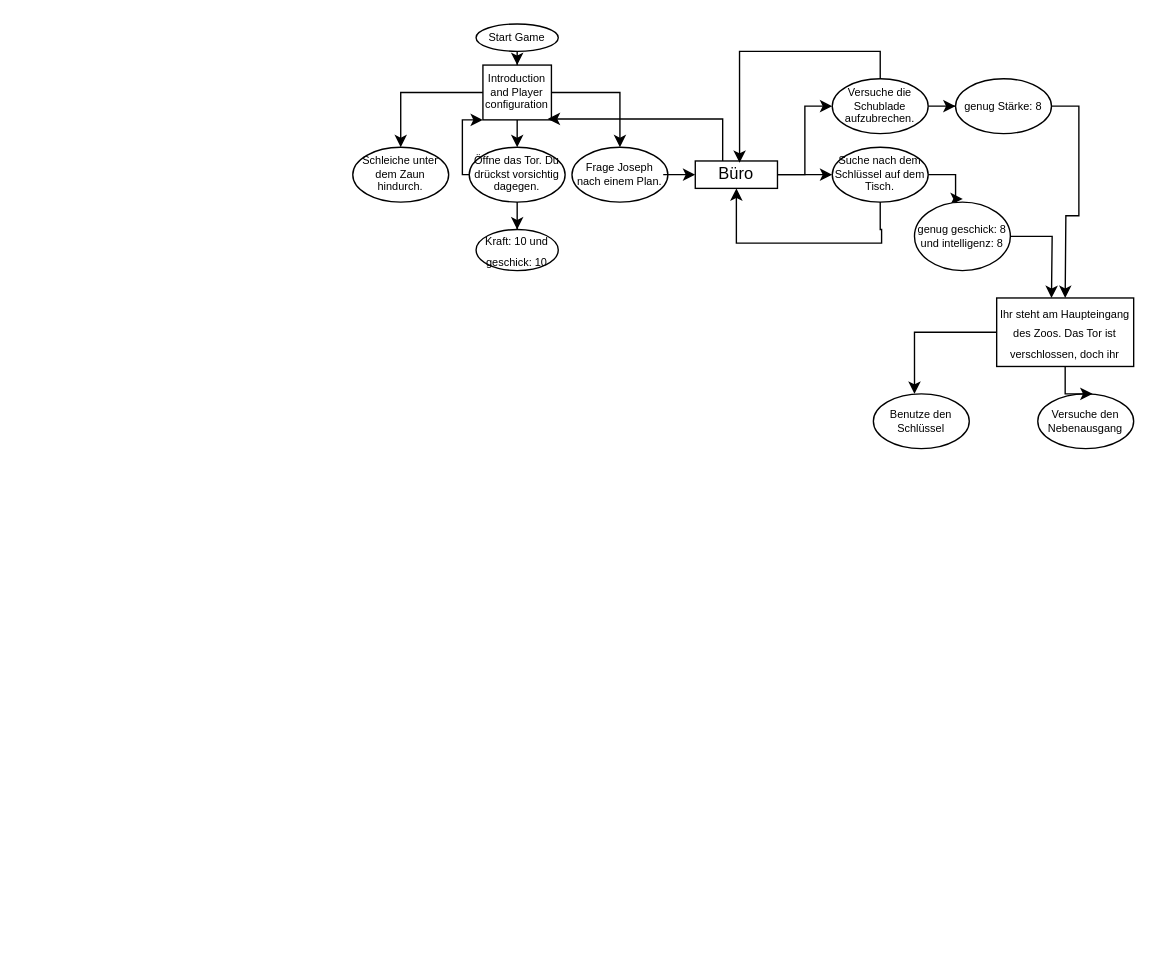
This is Decision diagram.drawio from JonasLindinger/Duckscape, a draw.io file, before an edit. Source tidied: cells renumbered, new cells numbered last; positions are measured from the earlier drawing's top-left corner, leaving out a move shared by most shapes. Both pictures are drawn from the tidied source at 137%, with x=0, y=0 at pixel (352, 23).
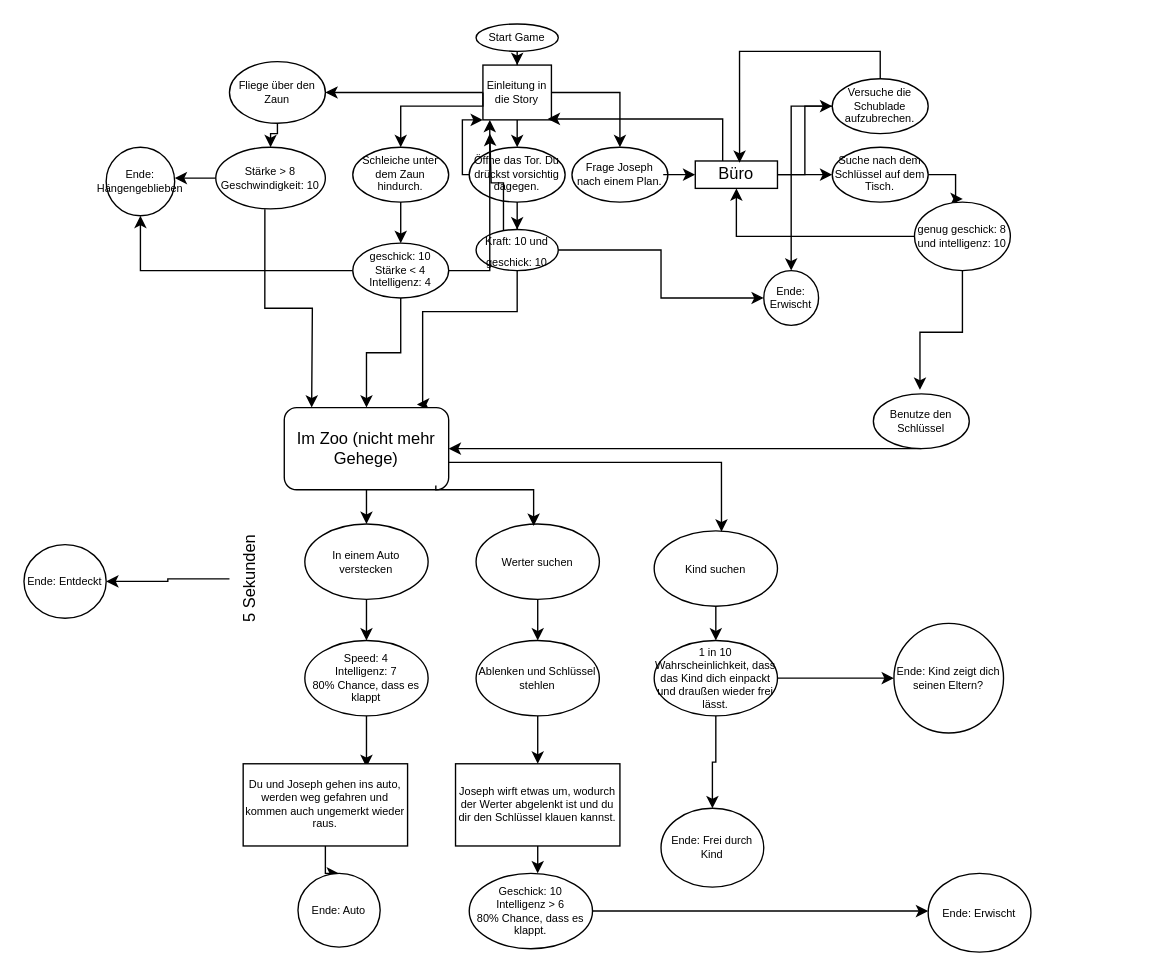
After the change.

Commit message:
Finished story i guess

The change refers to these unchanged cells:
```xml
<mxCell id="11" value="Schleiche unter dem Zaun hindurch." style="ellipse;whiteSpace=wrap;html=1;fontSize=8;" parent="1" vertex="1">
  <mxGeometry y="90" width="70" height="40" as="geometry" />
</mxCell>
<mxCell id="13" value="&lt;font style=&quot;font-size: 8px;&quot;&gt;Kraft: 10 und geschick: 10&lt;/font&gt;" style="ellipse;whiteSpace=wrap;html=1;" parent="1" vertex="1">
  <mxGeometry x="90" y="150" width="60" height="30" as="geometry" />
</mxCell>
<mxCell id="17" value="Büro" style="rounded=0;whiteSpace=wrap;html=1;" parent="1" vertex="1">
  <mxGeometry x="250" y="100" width="60" height="20" as="geometry" />
</mxCell>
<mxCell id="21" value="Versuche die Schublade aufzubrechen." style="ellipse;whiteSpace=wrap;html=1;fontSize=8;" parent="1" vertex="1">
  <mxGeometry x="350" y="40" width="70" height="40" as="geometry" />
</mxCell>
<mxCell id="24" value="&lt;p&gt;Suche nach dem Schlüssel auf dem Tisch.&lt;/p&gt;" style="ellipse;whiteSpace=wrap;html=1;fontSize=8;" parent="1" vertex="1">
  <mxGeometry x="350" y="90" width="70" height="40" as="geometry" />
</mxCell>
<mxCell id="30" value="Benutze den Schlüssel" style="ellipse;whiteSpace=wrap;html=1;fontSize=8;" parent="1" vertex="1">
  <mxGeometry x="380" y="270" width="70" height="40" as="geometry" />
</mxCell>
```

Diff of the diagram source:
```diff
@@
+    <mxCell id="34" style="edgeStyle=orthogonalEdgeStyle;rounded=0;jettySize=auto;html=1;entryX=1;entryY=0.5;entryDx=0;entryDy=0;" parent="1" edge="1" source="6" target="46">
+      <mxGeometry relative="1" as="geometry" />
+    </mxCell>
-    <mxCell id="6" value="Introduction and Player configuration" style="rounded=0;whiteSpace=wrap;html=1;fontSize=8;" parent="1" vertex="1">
+    <mxCell id="6" value="Einleitung in die Story" style="rounded=0;whiteSpace=wrap;html=1;fontSize=8;" parent="1" vertex="1">
       <mxGeometry x="95" y="30" width="50" height="40" as="geometry" />
     </mxCell>
@@
+    <mxCell id="35" style="edgeStyle=orthogonalEdgeStyle;rounded=0;jettySize=auto;html=1;" parent="1" edge="1" source="11" target="44">
+      <mxGeometry relative="1" as="geometry" />
+    </mxCell>
@@
     <mxCell id="12" style="edgeStyle=orthogonalEdgeStyle;rounded=0;jettySize=auto;html=1;exitX=0;exitY=0.5;exitDx=0;exitDy=0;entryX=0.5;entryY=0;entryDx=0;entryDy=0;" parent="1" edge="1" source="6" target="11">
-      <mxGeometry relative="1" as="geometry" />
+      <mxGeometry relative="1" as="geometry">
+        <Array as="points">
+          <mxPoint x="95" y="60" />
+          <mxPoint x="35" y="60" />
+        </Array>
+      </mxGeometry>
     </mxCell>
+    <mxCell id="36" style="edgeStyle=orthogonalEdgeStyle;rounded=0;jettySize=auto;html=1;entryX=0.807;entryY=-0.038;entryDx=0;entryDy=0;entryPerimeter=0;" parent="1" edge="1" source="13" target="52">
+      <mxGeometry relative="1" as="geometry">
+        <Array as="points">
+          <mxPoint x="120" y="210" />
+          <mxPoint x="51" y="210" />
+          <mxPoint x="51" y="278" />
+        </Array>
+      </mxGeometry>
+    </mxCell>
+    <mxCell id="37" style="edgeStyle=orthogonalEdgeStyle;rounded=0;jettySize=auto;html=1;" parent="1" edge="1" source="13">
+      <mxGeometry relative="1" as="geometry">
+        <mxPoint x="100" y="80" as="targetPoint" />
+        <Array as="points">
+          <mxPoint x="110" y="116" />
+          <mxPoint x="101" y="116" />
+          <mxPoint x="101" y="80" />
+        </Array>
+      </mxGeometry>
+    </mxCell>
+    <mxCell id="38" style="edgeStyle=orthogonalEdgeStyle;rounded=0;jettySize=auto;html=1;entryX=0;entryY=0.5;entryDx=0;entryDy=0;" parent="1" edge="1" source="13" target="40">
+      <mxGeometry relative="1" as="geometry" />
+    </mxCell>
@@
-    <mxCell id="19" style="edgeStyle=orthogonalEdgeStyle;rounded=0;jettySize=auto;html=1;entryX=0;entryY=0.5;entryDx=0;entryDy=0;" parent="1" edge="1" source="21" target="25">
+    <mxCell id="19" style="edgeStyle=orthogonalEdgeStyle;rounded=0;jettySize=auto;html=1;" parent="1" edge="1" source="21" target="40">
       <mxGeometry relative="1" as="geometry" />
     </mxCell>
@@
-    <mxCell id="22" style="edgeStyle=orthogonalEdgeStyle;rounded=0;jettySize=auto;html=1;entryX=0.5;entryY=1;entryDx=0;entryDy=0;" parent="1" edge="1" source="24" target="17">
-      <mxGeometry relative="1" as="geometry">
-        <Array as="points">
-          <mxPoint x="385" y="150" />
-          <mxPoint x="386" y="150" />
-          <mxPoint x="386" y="160" />
-          <mxPoint x="280" y="160" />
-        </Array>
-      </mxGeometry>
-    </mxCell>
@@
-    <mxCell id="25" value="genug Stärke: 8" style="ellipse;whiteSpace=wrap;html=1;fontSize=8;" parent="1" vertex="1">
-      <mxGeometry x="440" y="40" width="70" height="40" as="geometry" />
-    </mxCell>
-    <mxCell id="26" style="edgeStyle=orthogonalEdgeStyle;rounded=0;jettySize=auto;html=1;entryX=0.625;entryY=0;entryDx=0;entryDy=0;entryPerimeter=0;" parent="1" edge="1" source="25">
-      <mxGeometry relative="1" as="geometry">
-        <mxPoint x="520" y="200" as="targetPoint" />
-      </mxGeometry>
-    </mxCell>
-    <mxCell id="27" style="edgeStyle=orthogonalEdgeStyle;rounded=0;jettySize=auto;html=1;entryX=0.5;entryY=0;entryDx=0;entryDy=0;" parent="1" edge="1" source="28">
-      <mxGeometry relative="1" as="geometry">
-        <mxPoint x="510" y="200" as="targetPoint" />
-      </mxGeometry>
+    <mxCell id="27" style="edgeStyle=orthogonalEdgeStyle;rounded=0;jettySize=auto;html=1;entryX=0.486;entryY=-0.073;entryDx=0;entryDy=0;entryPerimeter=0;" parent="1" edge="1" source="28" target="30">
+      <mxGeometry relative="1" as="geometry" />
     </mxCell>
+    <mxCell id="39" style="edgeStyle=orthogonalEdgeStyle;rounded=0;jettySize=auto;html=1;entryX=0.5;entryY=1;entryDx=0;entryDy=0;" parent="1" edge="1" source="28" target="17">
+      <mxGeometry relative="1" as="geometry" />
+    </mxCell>
-    <mxCell id="28" value="genug geschick: 8 und intelligenz: 8" style="ellipse;whiteSpace=wrap;html=1;fontSize=8;" parent="1" vertex="1">
+    <mxCell id="28" value="genug geschick: 8 und intelligenz: 10" style="ellipse;whiteSpace=wrap;html=1;fontSize=8;" parent="1" vertex="1">
       <mxGeometry x="410" y="130" width="70" height="50" as="geometry" />
     </mxCell>
-    <mxCell id="29" value="&lt;span style=&quot;font-size: 8px;&quot;&gt;Ihr steht am Haupteingang des Zoos. Das Tor ist verschlossen, doch ihr&lt;/span&gt;" style="rounded=0;whiteSpace=wrap;html=1;" parent="1" vertex="1">
-      <mxGeometry x="470" y="200" width="100" height="50" as="geometry" />
-    </mxCell>
@@
-    <mxCell id="31" style="edgeStyle=orthogonalEdgeStyle;rounded=0;jettySize=auto;html=1;entryX=0.429;entryY=0;entryDx=0;entryDy=0;entryPerimeter=0;" parent="1" edge="1" source="29" target="30">
-      <mxGeometry relative="1" as="geometry" />
-    </mxCell>
-    <mxCell id="32" value="Versuche den Nebenausgang" style="ellipse;whiteSpace=wrap;html=1;fontSize=8;" parent="1" vertex="1">
-      <mxGeometry x="500" y="270" width="70" height="40" as="geometry" />
-    </mxCell>
-    <mxCell id="33" style="edgeStyle=orthogonalEdgeStyle;rounded=0;jettySize=auto;html=1;entryX=0.571;entryY=0;entryDx=0;entryDy=0;entryPerimeter=0;" parent="1" edge="1" source="29" target="32">
-      <mxGeometry relative="1" as="geometry" />
-    </mxCell>
+    <mxCell id="40" value="Ende:&lt;div&gt;Erwischt&lt;/div&gt;" style="ellipse;whiteSpace=wrap;html=1;fontSize=8;" parent="1" vertex="1">
+      <mxGeometry x="300" y="180" width="40" height="40" as="geometry" />
+    </mxCell>
+    <mxCell id="41" style="edgeStyle=orthogonalEdgeStyle;rounded=0;jettySize=auto;html=1;entryX=1;entryY=0.5;entryDx=0;entryDy=0;" parent="1" edge="1" source="30" target="52">
+      <mxGeometry relative="1" as="geometry">
+        <Array as="points">
+          <mxPoint x="250" y="310" />
+          <mxPoint x="250" y="310" />
+        </Array>
+      </mxGeometry>
+    </mxCell>
+    <mxCell id="42" style="edgeStyle=orthogonalEdgeStyle;rounded=0;jettySize=auto;html=1;entryX=0.5;entryY=0;entryDx=0;entryDy=0;" parent="1" edge="1" source="44" target="52">
+      <mxGeometry relative="1" as="geometry" />
+    </mxCell>
+    <mxCell id="43" style="edgeStyle=orthogonalEdgeStyle;rounded=0;jettySize=auto;html=1;entryX=0.5;entryY=1;entryDx=0;entryDy=0;" parent="1" edge="1" source="44" target="53">
+      <mxGeometry relative="1" as="geometry" />
+    </mxCell>
+    <mxCell id="44" value="geschick: 10&lt;br&gt;Stärke &amp;lt; 4&lt;br&gt;Intelligenz: 4" style="ellipse;whiteSpace=wrap;html=1;fontSize=8;" parent="1" vertex="1">
+      <mxGeometry y="160" width="70" height="40" as="geometry" />
+    </mxCell>
+    <mxCell id="45" style="edgeStyle=orthogonalEdgeStyle;rounded=0;jettySize=auto;html=1;entryX=0.5;entryY=0;entryDx=0;entryDy=0;" parent="1" edge="1" source="46" target="50">
+      <mxGeometry relative="1" as="geometry">
+        <Array as="points">
+          <mxPoint x="-55" y="80" />
+          <mxPoint x="-60" y="80" />
+        </Array>
+      </mxGeometry>
+    </mxCell>
+    <mxCell id="46" value="Fliege über den Zaun" style="ellipse;whiteSpace=wrap;html=1;fontSize=8;" parent="1" vertex="1">
+      <mxGeometry x="-90" y="27.5" width="70" height="45" as="geometry" />
+    </mxCell>
+    <mxCell id="47" style="edgeStyle=orthogonalEdgeStyle;rounded=0;jettySize=auto;html=1;entryX=0.1;entryY=1;entryDx=0;entryDy=0;entryPerimeter=0;" parent="1" edge="1" source="44" target="6">
+      <mxGeometry relative="1" as="geometry" />
+    </mxCell>
+    <mxCell id="48" style="edgeStyle=orthogonalEdgeStyle;rounded=0;jettySize=auto;html=1;exitX=0.448;exitY=1.007;exitDx=0;exitDy=0;exitPerimeter=0;" parent="1" edge="1" source="50">
+      <mxGeometry relative="1" as="geometry">
+        <mxPoint x="-30" y="280" as="targetPoint" />
+      </mxGeometry>
+    </mxCell>
+    <mxCell id="49" style="edgeStyle=orthogonalEdgeStyle;rounded=0;jettySize=auto;html=1;" parent="1" edge="1" source="50">
+      <mxGeometry relative="1" as="geometry">
+        <mxPoint x="-130" y="112.5" as="targetPoint" />
+      </mxGeometry>
+    </mxCell>
+    <mxCell id="50" value="Stärke &amp;gt; 8&lt;div&gt;Geschwindigkeit: 10&lt;/div&gt;" style="ellipse;whiteSpace=wrap;html=1;fontSize=8;" parent="1" vertex="1">
+      <mxGeometry x="-100" y="90" width="80" height="45" as="geometry" />
+    </mxCell>
+    <mxCell id="51" style="edgeStyle=orthogonalEdgeStyle;rounded=0;jettySize=auto;html=1;entryX=0.5;entryY=0;entryDx=0;entryDy=0;" parent="1" edge="1" source="52" target="58">
+      <mxGeometry relative="1" as="geometry" />
+    </mxCell>
+    <mxCell id="52" value="Im Zoo (nicht mehr Gehege)" style="rounded=1;whiteSpace=wrap;html=1;" parent="1" vertex="1">
+      <mxGeometry x="-50" y="280" width="120" height="60" as="geometry" />
+    </mxCell>
+    <mxCell id="53" value="Ende:&lt;div&gt;Hängengeblieben&lt;/div&gt;" style="ellipse;whiteSpace=wrap;html=1;fontSize=8;" parent="1" vertex="1">
+      <mxGeometry x="-180" y="90" width="50" height="50" as="geometry" />
+    </mxCell>
+    <mxCell id="54" style="edgeStyle=orthogonalEdgeStyle;rounded=0;jettySize=auto;html=1;" parent="1" edge="1" source="55" target="56">
+      <mxGeometry relative="1" as="geometry" />
+    </mxCell>
+    <mxCell id="55" value="5 Sekunden" style="text;html=1;align=center;verticalAlign=middle;whiteSpace=wrap;rounded=0;rotation=-90;" parent="1" vertex="1">
+      <mxGeometry x="-110" y="390" width="70" height="30" as="geometry" />
+    </mxCell>
+    <mxCell id="56" value="Ende: Entdeckt" style="ellipse;whiteSpace=wrap;html=1;fontSize=8;" parent="1" vertex="1">
+      <mxGeometry x="-240" y="380" width="60" height="53.8" as="geometry" />
+    </mxCell>
+    <mxCell id="57" style="edgeStyle=orthogonalEdgeStyle;rounded=0;jettySize=auto;html=1;" parent="1" edge="1" source="58" target="66">
+      <mxGeometry relative="1" as="geometry" />
+    </mxCell>
+    <mxCell id="58" value="In einem Auto verstecken" style="ellipse;whiteSpace=wrap;html=1;fontSize=8;" parent="1" vertex="1">
+      <mxGeometry x="-35" y="365" width="90" height="55" as="geometry" />
+    </mxCell>
+    <mxCell id="59" style="edgeStyle=orthogonalEdgeStyle;rounded=0;jettySize=auto;html=1;" parent="1" edge="1" source="60" target="68">
+      <mxGeometry relative="1" as="geometry" />
+    </mxCell>
+    <mxCell id="60" value="Werter suchen" style="ellipse;whiteSpace=wrap;html=1;fontSize=8;" parent="1" vertex="1">
+      <mxGeometry x="90" y="365" width="90" height="55" as="geometry" />
+    </mxCell>
+    <mxCell id="61" style="edgeStyle=orthogonalEdgeStyle;rounded=0;jettySize=auto;html=1;entryX=0.467;entryY=0.025;entryDx=0;entryDy=0;entryPerimeter=0;exitX=0.922;exitY=0.948;exitDx=0;exitDy=0;exitPerimeter=0;" parent="1" edge="1" source="52" target="60">
+      <mxGeometry relative="1" as="geometry">
+        <Array as="points">
+          <mxPoint x="61" y="340" />
+          <mxPoint x="132" y="340" />
+        </Array>
+      </mxGeometry>
+    </mxCell>
+    <mxCell id="62" style="edgeStyle=orthogonalEdgeStyle;rounded=0;jettySize=auto;html=1;" parent="1" edge="1" source="63" target="71">
+      <mxGeometry relative="1" as="geometry" />
+    </mxCell>
+    <mxCell id="63" value="Kind suchen" style="ellipse;whiteSpace=wrap;html=1;fontSize=8;" parent="1" vertex="1">
+      <mxGeometry x="220" y="370" width="90" height="55" as="geometry" />
+    </mxCell>
+    <mxCell id="64" style="edgeStyle=orthogonalEdgeStyle;rounded=0;jettySize=auto;html=1;entryX=0.546;entryY=0.01;entryDx=0;entryDy=0;entryPerimeter=0;" parent="1" edge="1" source="52" target="63">
+      <mxGeometry relative="1" as="geometry">
+        <Array as="points">
+          <mxPoint x="269" y="320" />
+        </Array>
+      </mxGeometry>
+    </mxCell>
+    <mxCell id="65" style="edgeStyle=orthogonalEdgeStyle;rounded=0;jettySize=auto;html=1;" parent="1" edge="1" source="66">
+      <mxGeometry relative="1" as="geometry">
+        <mxPoint x="10" y="542.5" as="targetPoint" />
+      </mxGeometry>
+    </mxCell>
+    <mxCell id="66" value="Speed: 4&lt;div&gt;Intelligenz: 7&lt;br&gt;80% Chance, dass es klappt&lt;/div&gt;" style="ellipse;whiteSpace=wrap;html=1;fontSize=8;" parent="1" vertex="1">
+      <mxGeometry x="-35" y="450" width="90" height="55" as="geometry" />
+    </mxCell>
+    <mxCell id="67" style="edgeStyle=orthogonalEdgeStyle;rounded=0;jettySize=auto;html=1;" parent="1" edge="1" source="68" target="74">
+      <mxGeometry relative="1" as="geometry" />
+    </mxCell>
+    <mxCell id="68" value="Ablenken und Schlüssel stehlen" style="ellipse;whiteSpace=wrap;html=1;fontSize=8;" parent="1" vertex="1">
+      <mxGeometry x="90" y="450" width="90" height="55" as="geometry" />
+    </mxCell>
+    <mxCell id="69" style="edgeStyle=orthogonalEdgeStyle;rounded=0;jettySize=auto;html=1;" parent="1" edge="1" source="71" target="72">
+      <mxGeometry relative="1" as="geometry" />
+    </mxCell>
+    <mxCell id="70" style="edgeStyle=orthogonalEdgeStyle;rounded=0;jettySize=auto;html=1;" parent="1" edge="1" source="71" target="73">
+      <mxGeometry relative="1" as="geometry" />
+    </mxCell>
+    <mxCell id="71" value="1 in 10 Wahrscheinlichkeit, dass das Kind dich einpackt und draußen wieder frei lässt." style="ellipse;whiteSpace=wrap;html=1;fontSize=8;" parent="1" vertex="1">
+      <mxGeometry x="220" y="450" width="90" height="55" as="geometry" />
+    </mxCell>
+    <mxCell id="72" value="Ende: Kind zeigt dich seinen Eltern?" style="ellipse;whiteSpace=wrap;html=1;fontSize=8;" parent="1" vertex="1">
+      <mxGeometry x="395" y="437.5" width="80" height="80" as="geometry" />
+    </mxCell>
+    <mxCell id="73" value="Ende: Frei durch Kind" style="ellipse;whiteSpace=wrap;html=1;fontSize=8;" parent="1" vertex="1">
+      <mxGeometry x="225" y="572.5" width="75" height="57.5" as="geometry" />
+    </mxCell>
+    <mxCell id="74" value="Joseph wirft etwas um, wodurch der Werter abgelenkt ist und du dir den Schlüssel klauen kannst." style="whiteSpace=wrap;html=1;fontSize=8;" parent="1" vertex="1">
+      <mxGeometry x="75" y="540" width="120" height="60" as="geometry" />
+    </mxCell>
+    <mxCell id="75" style="edgeStyle=orthogonalEdgeStyle;rounded=0;jettySize=auto;html=1;" parent="1" edge="1" source="76">
+      <mxGeometry relative="1" as="geometry">
+        <mxPoint x="420" y="647.5" as="targetPoint" />
+      </mxGeometry>
+    </mxCell>
+    <mxCell id="76" value="Geschick: 10&lt;br&gt;Intelligenz &amp;gt; 6&lt;br&gt;80% Chance, dass es klappt." style="ellipse;whiteSpace=wrap;html=1;fontSize=8;" parent="1" vertex="1">
+      <mxGeometry x="85" y="620" width="90" height="55" as="geometry" />
+    </mxCell>
+    <mxCell id="77" style="edgeStyle=orthogonalEdgeStyle;rounded=0;jettySize=auto;html=1;entryX=0.548;entryY=-0.018;entryDx=0;entryDy=0;entryPerimeter=0;" parent="1" edge="1" source="74" target="76">
+      <mxGeometry relative="1" as="geometry" />
+    </mxCell>
+    <mxCell id="78" value="Ende: Erwischt" style="ellipse;whiteSpace=wrap;html=1;fontSize=8;" parent="1" vertex="1">
+      <mxGeometry x="420" y="620" width="75" height="57.5" as="geometry" />
+    </mxCell>
+    <mxCell id="79" style="edgeStyle=orthogonalEdgeStyle;rounded=0;jettySize=auto;html=1;entryX=0.5;entryY=0;entryDx=0;entryDy=0;" parent="1" edge="1" source="80" target="81">
+      <mxGeometry relative="1" as="geometry" />
+    </mxCell>
+    <mxCell id="80" value="Du und Joseph gehen ins auto, werden weg gefahren und kommen auch ungemerkt wieder raus." style="whiteSpace=wrap;html=1;fontSize=8;" parent="1" vertex="1">
+      <mxGeometry x="-80" y="540" width="120" height="60" as="geometry" />
+    </mxCell>
+    <mxCell id="81" value="Ende: Auto" style="ellipse;whiteSpace=wrap;html=1;fontSize=8;" parent="1" vertex="1">
+      <mxGeometry x="-40" y="620" width="60" height="53.8" as="geometry" />
+    </mxCell>
```
